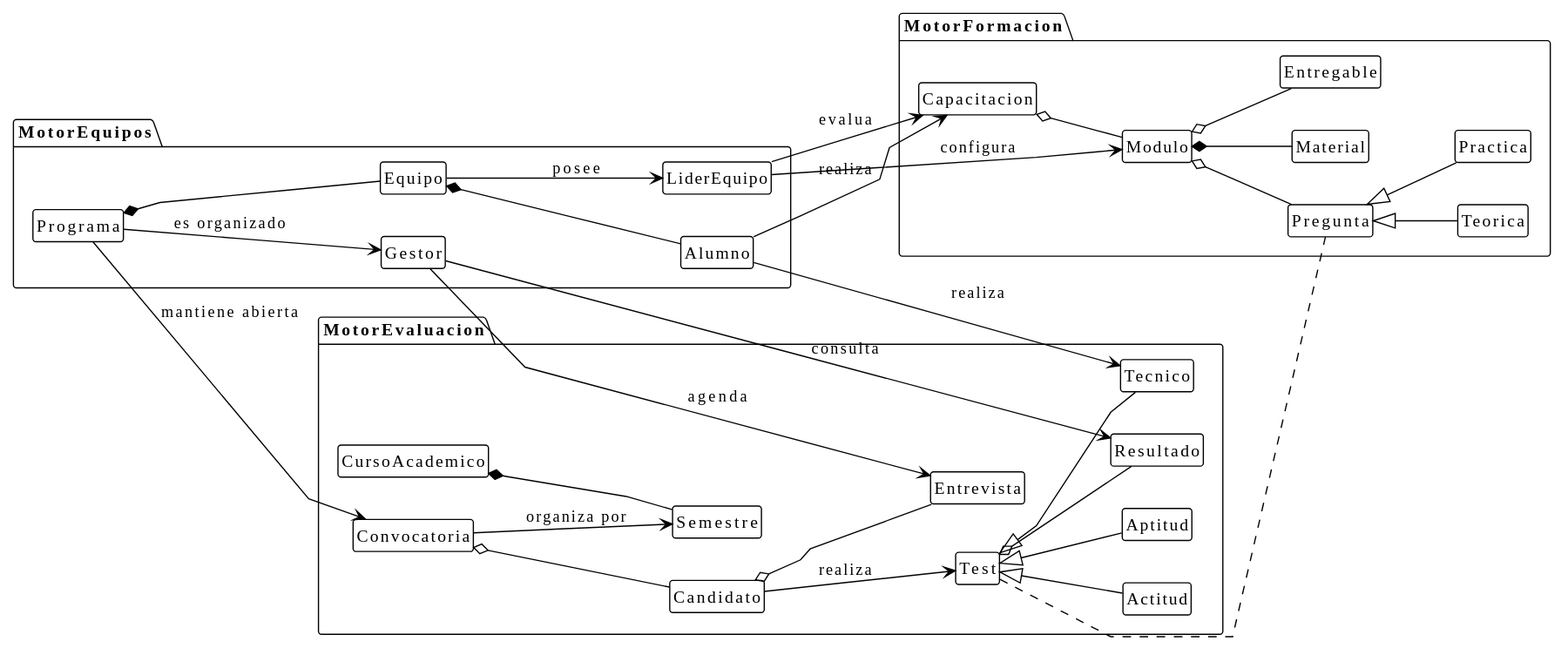
The PlantUML diagram images/RUP/00-modelo-del-dominio/modeloDominio.svg in TheMoys/CTS-Academy, before a commit. The source it was exported from:
```plantuml
@startuml
!theme plain
hide empty members
hide circles
skinparam linetype polyline
left to right direction

package MotorEquipos {
  class Programa
  class Equipo
  class Alumno
  class LiderEquipo
  class Gestor

  Programa *-- Equipo
  Equipo *-- Alumno
  Equipo --> LiderEquipo : posee
  Programa --> Gestor : es organizado
}

package MotorEvaluacion {
  class Convocatoria
  class CursoAcademico
  class Semestre
  class Candidato
  class Test
  class Actitud
  class Aptitud
  class Tecnico
  class Resultado
  class Entrevista

  CursoAcademico *-- Semestre
  Convocatoria --> Semestre : organiza por
  Convocatoria o-- Candidato

  Candidato --> Test : realiza
  Test <|-- Actitud
  Test <|-- Aptitud
  Test <|-- Tecnico
  Test o-- Resultado

  Candidato o-- Entrevista
  Gestor --> Entrevista : agenda
}

package MotorFormacion {
  class Capacitacion
  class Modulo
  class Material
  class Entregable
  class Pregunta
  class Teorica
  class Practica

  Pregunta <|-- Teorica
  Pregunta <|-- Practica

  Capacitacion o-- Modulo
  Modulo *-- Material
  Modulo o-- Entregable
  Modulo o-- Pregunta
}

Programa --> Convocatoria : mantiene abierta
Gestor --> Resultado : consulta

Test ... Pregunta
Alumno ---> Tecnico : realiza

Alumno --> Capacitacion : realiza
LiderEquipo --> Modulo : configura
LiderEquipo --> Capacitacion : evalua
@enduml
```
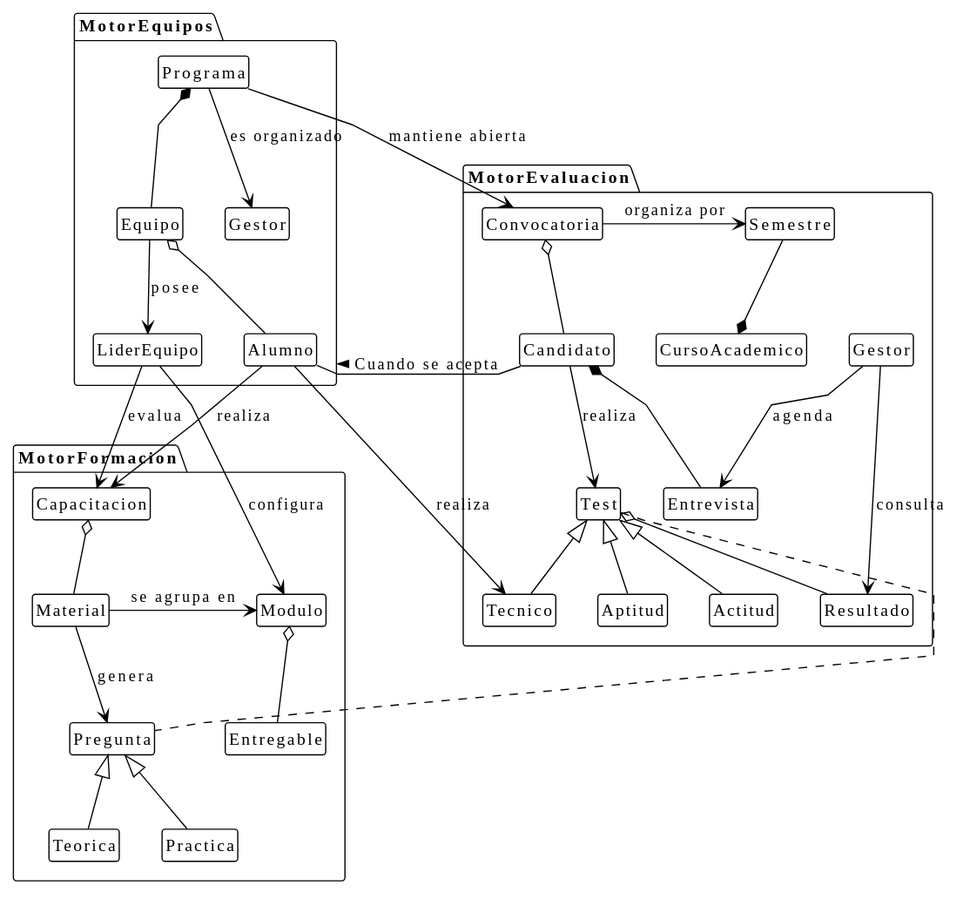
After the commit.

Commit message:
docs(dominio): actualizar modelo de dominio top-to-bottom con nuevas relaciones, recompilar SVG y documentar ADR-010

What changed in the source:
```diff
@@ -3,20 +3,6 @@
 hide empty members
 hide circles
 skinparam linetype polyline
-left to right direction
-
-package MotorEquipos {
-  class Programa
-  class Equipo
-  class Alumno
-  class LiderEquipo
-  class Gestor
-
-  Programa *-- Equipo
-  Equipo *-- Alumno
-  Equipo --> LiderEquipo : posee
-  Programa --> Gestor : es organizado
-}
 
 package MotorEvaluacion {
   class Convocatoria
@@ -30,8 +16,8 @@
   class Resultado
   class Entrevista
 
-  CursoAcademico *-- Semestre
-  Convocatoria --> Semestre : organiza por
+  CursoAcademico *-u- Semestre
+  Convocatoria -r-> Semestre : organiza por
   Convocatoria o-- Candidato
 
   Candidato --> Test : realiza
@@ -40,8 +26,22 @@
   Test <|-- Tecnico
   Test o-- Resultado
 
-  Candidato o-- Entrevista
+  Candidato *-- Entrevista
   Gestor --> Entrevista : agenda
+  Gestor --> Resultado : consulta
+}
+
+package MotorEquipos {
+  class Programa
+  class Equipo
+  class Alumno
+  class LiderEquipo
+  class Gestor
+
+  Programa *-- Equipo
+  Equipo o-- Alumno
+  Equipo --> LiderEquipo : posee
+  Programa --> Gestor : es organizado
 }
 
 package MotorFormacion {
@@ -56,19 +56,18 @@
   Pregunta <|-- Teorica
   Pregunta <|-- Practica
 
-  Capacitacion o-- Modulo
-  Modulo *-- Material
+  Capacitacion o-- Material
+  Modulo <-r- Material : se agrupa en
   Modulo o-- Entregable
-  Modulo o-- Pregunta
+  Material --> Pregunta : genera
+  Alumno --> Capacitacion : realiza
+  LiderEquipo --> Modulo : configura
+  LiderEquipo --> Capacitacion : evalua
 }
 
+Candidato -- Alumno : > Cuando se acepta
+
 Programa --> Convocatoria : mantiene abierta
-Gestor --> Resultado : consulta
-
 Test ... Pregunta
 Alumno ---> Tecnico : realiza
-
-Alumno --> Capacitacion : realiza
-LiderEquipo --> Modulo : configura
-LiderEquipo --> Capacitacion : evalua
 @enduml
```
